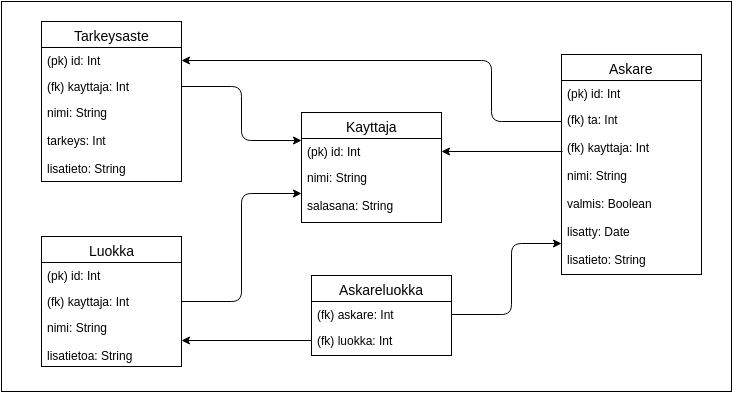
jope25/Muistilista keeps this draw.io diagram as doc/rtkk.png. Above is the earlier version. Source tidied: cells renumbered, new cells last; positions are measured from the earlier drawing's top-left corner, leaving out a move shared by most shapes.
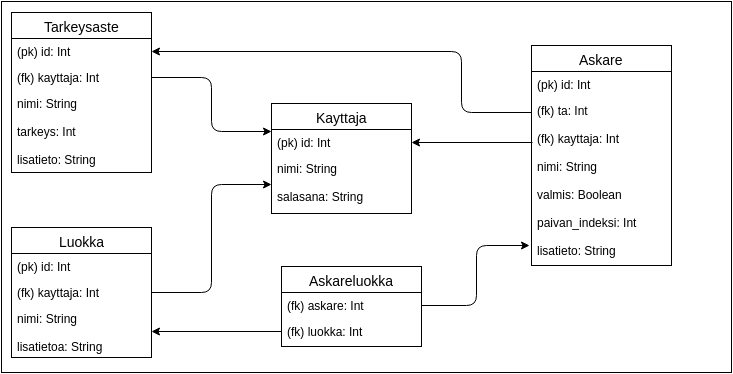
Above is the later version.

What changed in the source:
```diff
@@ -3,7 +3,7 @@
     <mxCell id="0" />
     <mxCell id="1" parent="0" />
     <mxCell id="2" style="whiteSpace=wrap;html=1;fontSize=14;" parent="1" vertex="1">
-      <mxGeometry width="730" height="390" as="geometry" />
+      <mxGeometry x="30" y="9" width="730" height="371" as="geometry" />
     </mxCell>
     <mxCell id="3" value="Kayttaja" style="swimlane;html=1;fontStyle=0;horizontal=1;startSize=26;fillColor=none;swimlaneFillColor=#ffffff;fontSize=14;" parent="1" vertex="1">
       <mxGeometry x="300" y="111" width="140" height="110" as="geometry" />
@@ -20,7 +20,7 @@
     <mxCell id="7" value="(pk) id: Int" style="text;html=1;strokeColor=none;fillColor=none;align=left;verticalAlign=top;spacingLeft=4;spacingRight=4;whiteSpace=wrap;overflow=hidden;" parent="6" vertex="1">
       <mxGeometry y="26" width="140" height="26" as="geometry" />
     </mxCell>
-    <mxCell id="8" value="(fk) ta: Int&lt;div&gt;&lt;br&gt;&lt;/div&gt;&lt;div&gt;(fk) kayttaja: Int&lt;/div&gt;&lt;div&gt;&lt;br&gt;&lt;/div&gt;&lt;div&gt;nimi: String&lt;/div&gt;&lt;div&gt;&lt;br&gt;&lt;/div&gt;&lt;div&gt;valmis: Boolean&lt;/div&gt;&lt;div&gt;&lt;br&gt;&lt;/div&gt;&lt;div&gt;lisatty: Date&lt;/div&gt;&lt;div&gt;&lt;br&gt;&lt;/div&gt;&lt;div&gt;lisatieto: String&lt;/div&gt;" style="text;html=1;strokeColor=none;fillColor=none;align=left;verticalAlign=top;spacingLeft=4;spacingRight=4;whiteSpace=wrap;overflow=hidden;points=[[0,0.5],[1,0.5]];portConstraint=eastwest;" parent="6" vertex="1">
+    <mxCell id="8" value="(fk) ta: Int&lt;div&gt;&lt;br&gt;&lt;/div&gt;&lt;div&gt;(fk) kayttaja: Int&lt;/div&gt;&lt;div&gt;&lt;br&gt;&lt;/div&gt;&lt;div&gt;nimi: String&lt;/div&gt;&lt;div&gt;&lt;br&gt;&lt;/div&gt;&lt;div&gt;valmis: Boolean&lt;/div&gt;&lt;div&gt;&lt;br&gt;&lt;/div&gt;&lt;div&gt;paivan_indeksi: Int&lt;/div&gt;&lt;div&gt;&lt;br&gt;&lt;/div&gt;&lt;div&gt;lisatieto: String&lt;/div&gt;" style="text;html=1;strokeColor=none;fillColor=none;align=left;verticalAlign=top;spacingLeft=4;spacingRight=4;whiteSpace=wrap;overflow=hidden;points=[[0,0.5],[1,0.5]];portConstraint=eastwest;" parent="6" vertex="1">
       <mxGeometry y="52" width="140" height="168" as="geometry" />
     </mxCell>
     <mxCell id="9" value="Luokka" style="swimlane;html=1;fontStyle=0;horizontal=1;startSize=26;fillColor=none;swimlaneFillColor=#ffffff;fontSize=14;" parent="1" vertex="1">
@@ -75,26 +75,21 @@
     <mxCell id="22" style="endArrow=classic;html=1;fontSize=14;" parent="1" edge="1" source="15" target="12">
       <mxGeometry relative="1" as="geometry" />
     </mxCell>
+    <mxCell id="26" style="endArrow=classic;html=1;fontSize=14;entryX=1;entryY=0.5;" parent="1" edge="1" target="4">
+      <mxGeometry relative="1" as="geometry">
+        <mxPoint x="561" y="150" as="sourcePoint" />
+      </mxGeometry>
+    </mxCell>
+    <mxCell id="25" style="endArrow=classic;html=1;fontSize=14;edgeStyle=orthogonalEdgeStyle;entryX=1;entryY=0.5;" parent="1" edge="1" source="8" target="17">
+      <mxGeometry relative="1" as="geometry">
+        <Array as="points">
+          <mxPoint x="490" y="120" />
+          <mxPoint x="490" y="59" />
+        </Array>
+      </mxGeometry>
+    </mxCell>
-    <mxCell id="23" style="endArrow=classic;html=1;fontSize=14;edgeStyle=orthogonalEdgeStyle;entryX=0;entryY=0.815;entryPerimeter=0;exitX=1;exitY=0.5;" parent="1" edge="1" source="14" target="8">
-      <mxGeometry relative="1" as="geometry">
-        <Array as="points">
-          <mxPoint x="510" y="313" />
-          <mxPoint x="510" y="242" />
-        </Array>
-      </mxGeometry>
+    <mxCell id="23" style="endArrow=classic;html=1;fontSize=14;exitX=1;exitY=0.5;edgeStyle=orthogonalEdgeStyle;entryX=-0.014;entryY=0.881;entryPerimeter=0;" parent="1" edge="1" source="14" target="8">
+      <mxGeometry relative="1" as="geometry" />
     </mxCell>
-    <mxCell id="24" style="endArrow=classic;html=1;fontSize=14;entryX=1;entryY=0.5;" parent="1" edge="1" target="4">
-      <mxGeometry relative="1" as="geometry">
-        <mxPoint x="561" y="150" as="sourcePoint" />
-      </mxGeometry>
-    </mxCell>
-    <mxCell id="25" style="endArrow=classic;html=1;fontSize=14;edgeStyle=orthogonalEdgeStyle;entryX=1;entryY=0.5;" parent="1" edge="1" source="8" target="17">
-      <mxGeometry relative="1" as="geometry">
-        <Array as="points">
-          <mxPoint x="490" y="120" />
-          <mxPoint x="490" y="59" />
-        </Array>
-      </mxGeometry>
-    </mxCell>
   </root>
 </mxGraphModel>
```
